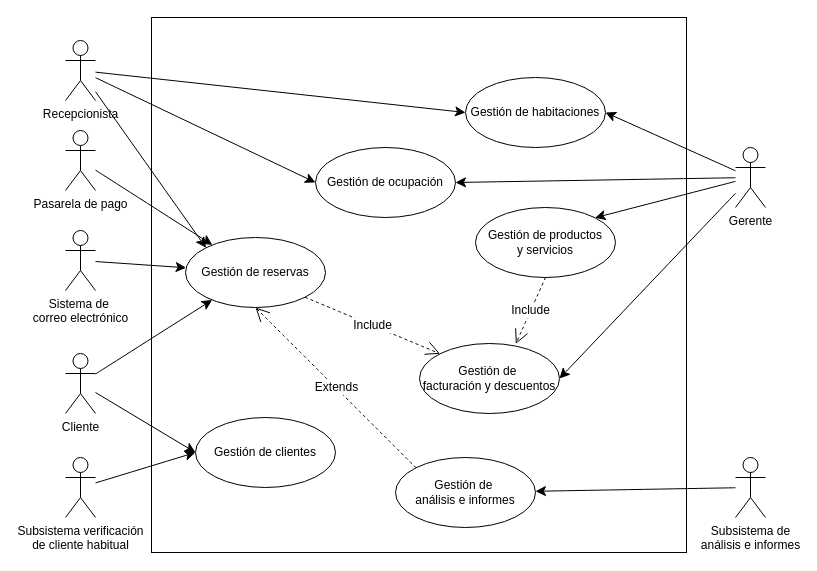
Earlier version of the draw.io diagram Diagrama casos de uso P2A1.drawio (aloantony/TrabajosEnGrupoGII-DalilaTony). Source tidied: cells renumbered, new cells numbered last; positions are measured from the earlier drawing's top-left corner, leaving out a move shared by most shapes. Both pictures are drawn from the tidied source at 100%, with x=0, y=0 at pixel (65, 17).
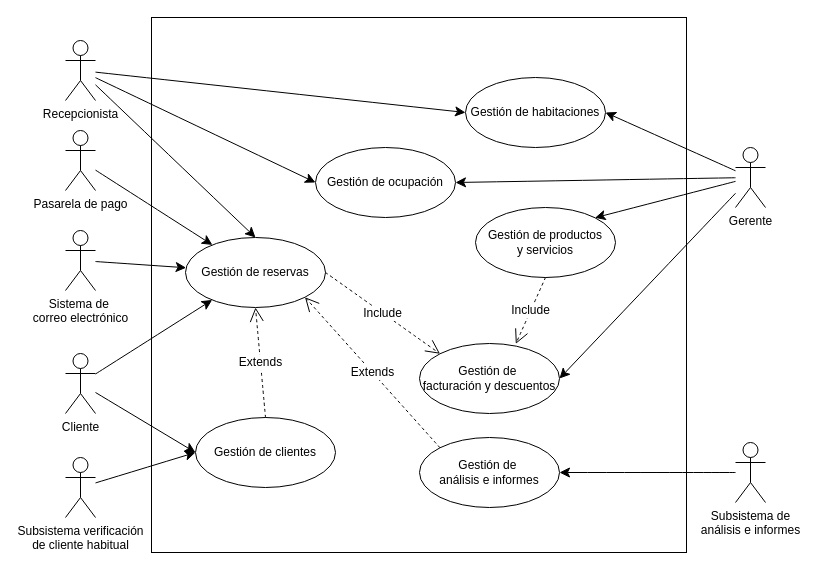
After the change.

The change refers to these unchanged cells:
```xml
<mxCell id="13" value="Recepcionista" style="shape=umlActor;verticalLabelPosition=bottom;verticalAlign=top;html=1;" parent="1" vertex="1">
  <mxGeometry y="23" width="30" height="60" as="geometry" />
</mxCell>
<mxCell id="24" value="Gestión de&amp;nbsp;&lt;div&gt;facturación y descuentos&lt;/div&gt;" style="ellipse;whiteSpace=wrap;html=1;" parent="1" vertex="1">
  <mxGeometry x="354" y="326" width="140" height="70" as="geometry" />
</mxCell>
<mxCell id="25" value="Gestión de reservas" style="ellipse;whiteSpace=wrap;html=1;" parent="1" vertex="1">
  <mxGeometry x="120" y="220" width="140" height="70" as="geometry" />
</mxCell>
<mxCell id="27" value="Gestión de clientes" style="ellipse;whiteSpace=wrap;html=1;" parent="1" vertex="1">
  <mxGeometry x="130" y="400" width="140" height="70" as="geometry" />
</mxCell>
```

Diff of the diagram source:
```diff
@@
-    <mxCell id="12" style="edgeStyle=none;curved=1;rounded=0;jettySize=auto;html=1;entryX=0;entryY=0;entryDx=0;entryDy=0;fontSize=12;startSize=8;endSize=8;" parent="1" edge="1" source="13" target="25">
+    <mxCell id="12" style="edgeStyle=none;curved=1;rounded=0;jettySize=auto;html=1;entryX=0.5;entryY=0;entryDx=0;entryDy=0;fontSize=12;startSize=8;endSize=8;" parent="1" edge="1" source="13" target="25">
       <mxGeometry relative="1" as="geometry" />
     </mxCell>
@@
     <mxCell id="18" value="Subsistema de&lt;div&gt;análisis e informes&lt;/div&gt;" style="shape=umlActor;verticalLabelPosition=bottom;verticalAlign=top;html=1;" parent="1" vertex="1">
-      <mxGeometry x="670" y="440" width="30" height="60" as="geometry" />
+      <mxGeometry x="670" y="425" width="30" height="60" as="geometry" />
     </mxCell>
@@
     <mxCell id="23" value="Gestión de&amp;nbsp;&lt;div&gt;análisis e informes&lt;/div&gt;" style="ellipse;whiteSpace=wrap;html=1;" parent="1" vertex="1">
-      <mxGeometry x="330" y="440" width="140" height="70" as="geometry" />
+      <mxGeometry x="354" y="420" width="140" height="70" as="geometry" />
     </mxCell>
@@
-    <mxCell id="30" value="Include" style="endArrow=open;endSize=12;dashed=1;html=1;rounded=0;fontSize=12;curved=1;entryX=0;entryY=0;entryDx=0;entryDy=0;exitX=1;exitY=1;exitDx=0;exitDy=0;" parent="1" edge="1" source="25" target="24">
+    <mxCell id="30" value="Include" style="endArrow=open;endSize=12;dashed=1;html=1;rounded=0;fontSize=12;curved=1;entryX=0;entryY=0;entryDx=0;entryDy=0;exitX=1;exitY=0.5;exitDx=0;exitDy=0;" parent="1" edge="1" source="25" target="24">
       <mxGeometry relative="1" as="geometry" />
     </mxCell>
@@
-    <mxCell id="32" value="Extends" style="endArrow=open;endSize=12;dashed=1;html=1;rounded=0;fontSize=12;curved=1;entryX=0.5;entryY=1;entryDx=0;entryDy=0;exitX=0;exitY=0;exitDx=0;exitDy=0;" parent="1" edge="1" source="23" target="25">
+    <mxCell id="32" value="Extends" style="endArrow=open;endSize=12;dashed=1;html=1;rounded=0;fontSize=12;curved=1;entryX=1;entryY=1;entryDx=0;entryDy=0;exitX=0;exitY=0;exitDx=0;exitDy=0;" parent="1" edge="1" source="23" target="25">
       <mxGeometry relative="1" as="geometry" />
     </mxCell>
+    <mxCell id="33" value="Extends" style="endArrow=open;endSize=12;dashed=1;html=1;rounded=0;fontSize=12;curved=1;entryX=0.5;entryY=1;entryDx=0;entryDy=0;exitX=0.5;exitY=0;exitDx=0;exitDy=0;" parent="1" edge="1" source="27" target="25">
+      <mxGeometry relative="1" as="geometry" />
+    </mxCell>
```
